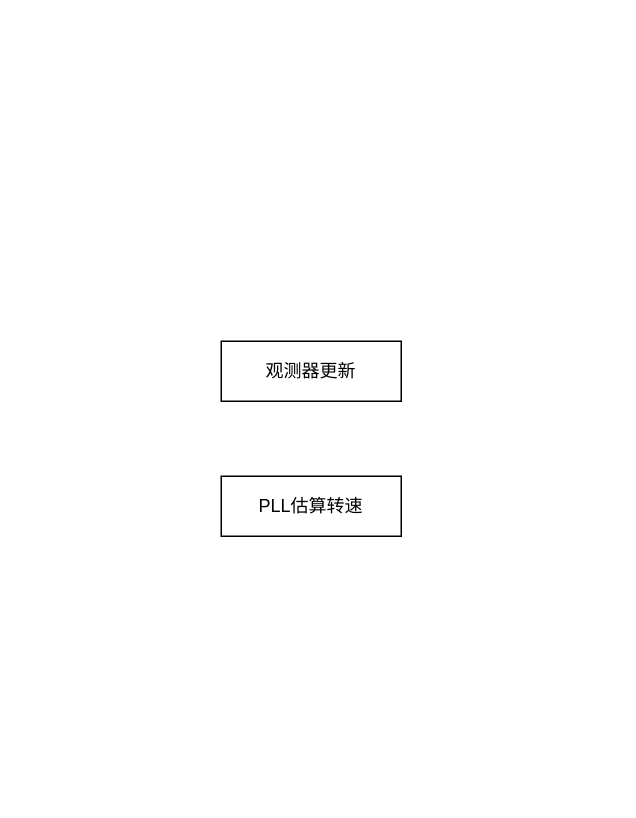
Above: page "ADC_handle" (4 of 5) of 未命名绘图.drawio in lianglei001x-maker/demo (draw.io), before the change. Source tidied: cells renumbered, new cells numbered last; positions are measured from the earlier drawing's top-left corner, leaving out a move shared by most shapes. Both pictures are drawn from the tidied source at 150%, with x=0, y=0 at pixel (220, 340).
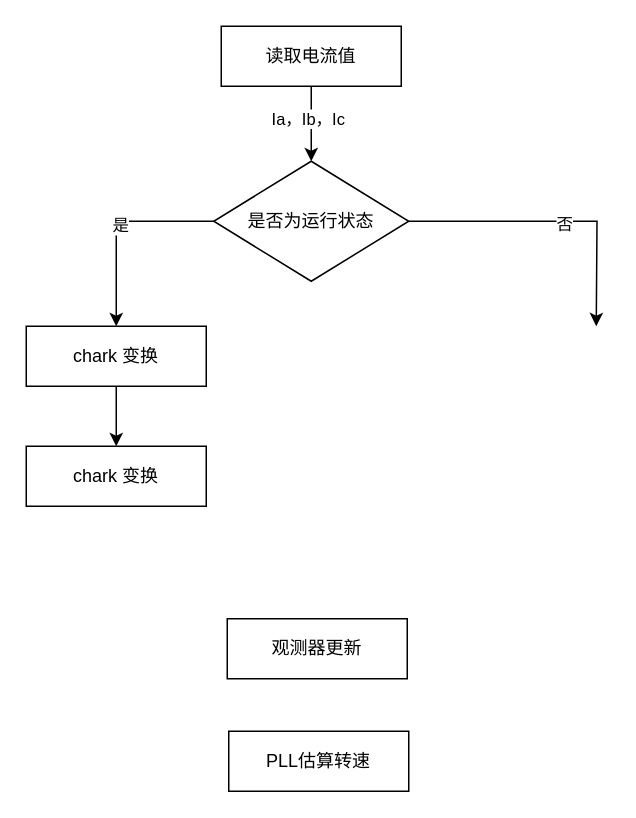
After the change.

Change to the diagram source:
```diff
@@
 <mxGraphModel>
   <root>
     <mxCell id="0" />
     <mxCell id="1" parent="0" />
     <mxCell id="2" value="PLL估算转速" style="rounded=0;whiteSpace=wrap;html=1;" parent="1" vertex="1">
-      <mxGeometry y="90" width="120" height="40" as="geometry" />
+      <mxGeometry x="5" y="260" width="120" height="40" as="geometry" />
     </mxCell>
     <mxCell id="3" value="观测器更新" style="rounded=0;whiteSpace=wrap;html=1;" parent="1" vertex="1">
-      <mxGeometry width="120" height="40" as="geometry" />
+      <mxGeometry x="4" y="185" width="120" height="40" as="geometry" />
     </mxCell>
+    <mxCell id="4" style="edgeStyle=orthogonalEdgeStyle;rounded=0;jettySize=auto;html=1;exitX=0.5;exitY=1;exitDx=0;exitDy=0;entryX=0.5;entryY=0;entryDx=0;entryDy=0;" parent="1" edge="1" source="6" target="11">
+      <mxGeometry relative="1" as="geometry" />
+    </mxCell>
+    <mxCell id="5" value="Ia，Ib，Ic" style="edgeLabel;html=1;align=center;verticalAlign=middle;" parent="4" vertex="1">
+      <mxGeometry x="-0.16" y="-3" relative="1" as="geometry" />
+    </mxCell>
+    <mxCell id="6" value="读取电流值" style="rounded=0;whiteSpace=wrap;html=1;" parent="1" vertex="1">
+      <mxGeometry y="-210" width="120" height="40" as="geometry" />
+    </mxCell>
+    <mxCell id="7" style="edgeStyle=orthogonalEdgeStyle;rounded=0;jettySize=auto;html=1;exitX=0;exitY=0.5;exitDx=0;exitDy=0;entryX=0.5;entryY=0;entryDx=0;entryDy=0;" parent="1" edge="1" source="11" target="13">
+      <mxGeometry relative="1" as="geometry" />
+    </mxCell>
+    <mxCell id="8" value="是" style="edgeLabel;html=1;align=center;verticalAlign=middle;" parent="7" vertex="1">
+      <mxGeometry x="-0.06" y="2" relative="1" as="geometry" />
+    </mxCell>
+    <mxCell id="9" style="edgeStyle=orthogonalEdgeStyle;rounded=0;jettySize=auto;html=1;exitX=1;exitY=0.5;exitDx=0;exitDy=0;" parent="1" edge="1" source="11">
+      <mxGeometry relative="1" as="geometry">
+        <mxPoint x="250" y="-10" as="targetPoint" />
+      </mxGeometry>
+    </mxCell>
+    <mxCell id="10" value="否" style="edgeLabel;html=1;align=center;verticalAlign=middle;" parent="9" vertex="1">
+      <mxGeometry x="0.05" y="-1" relative="1" as="geometry" />
+    </mxCell>
+    <mxCell id="11" value="是否为运行状态" style="rhombus;whiteSpace=wrap;html=1;" parent="1" vertex="1">
+      <mxGeometry x="-5" y="-120" width="130" height="80" as="geometry" />
+    </mxCell>
+    <mxCell id="12" style="edgeStyle=orthogonalEdgeStyle;rounded=0;jettySize=auto;html=1;exitX=0.5;exitY=1;exitDx=0;exitDy=0;entryX=0.5;entryY=0;entryDx=0;entryDy=0;" parent="1" edge="1" source="13" target="14">
+      <mxGeometry relative="1" as="geometry" />
+    </mxCell>
+    <mxCell id="13" value="chark 变换" style="rounded=0;whiteSpace=wrap;html=1;" parent="1" vertex="1">
+      <mxGeometry x="-130" y="-10" width="120" height="40" as="geometry" />
+    </mxCell>
+    <mxCell id="14" value="chark 变换" style="rounded=0;whiteSpace=wrap;html=1;" parent="1" vertex="1">
+      <mxGeometry x="-130" y="70" width="120" height="40" as="geometry" />
+    </mxCell>
   </root>
 </mxGraphModel>
```
